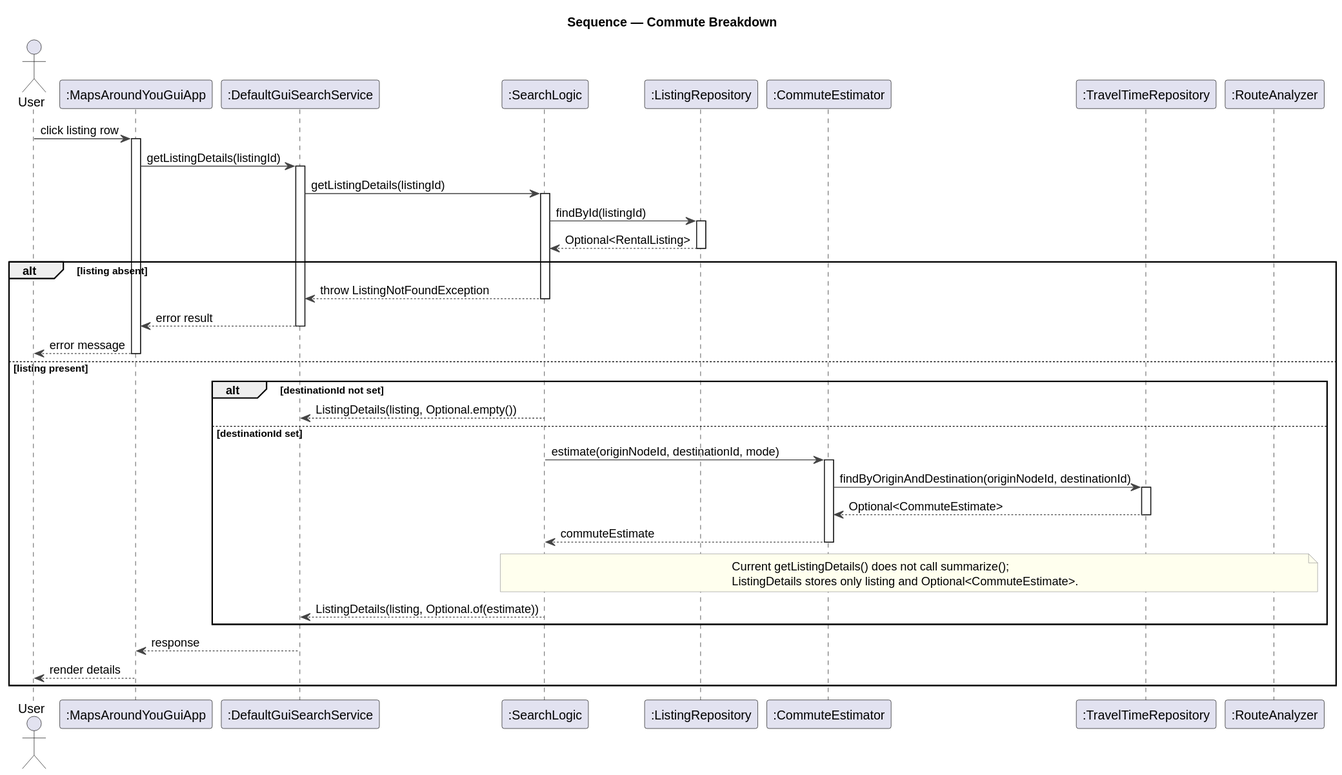
Above: docs/design/diagrams/sequence-commute-breakdown.svg in PeterShanxin/MapsAroundYou (PlantUML), before the change. Source of this version:
```plantuml
@startuml
!include _style.iuml
title Sequence — Commute Breakdown

actor User
participant ":MapsAroundYouGuiApp" as GuiApp
participant ":DefaultGuiSearchService" as GuiSvc
participant ":SearchLogic" as Logic
participant ":ListingRepository" as ListingRepo
participant ":CommuteEstimator" as Commute
participant ":TravelTimeRepository" as TravelRepo
participant ":RouteAnalyzer" as Route

User -> GuiApp : click listing row
activate GuiApp
GuiApp -> GuiSvc : getListingDetails(listingId)
activate GuiSvc
GuiSvc -> Logic : getListingDetails(listingId)
activate Logic
Logic -> ListingRepo : findById(listingId)
activate ListingRepo
ListingRepo --> Logic : Optional<RentalListing>
deactivate ListingRepo

alt listing absent
  Logic --> GuiSvc : throw ListingNotFoundException
  deactivate Logic
  GuiSvc --> GuiApp : error result
  deactivate GuiSvc
  GuiApp --> User : error message
  deactivate GuiApp
else listing present
  alt destinationId not set
    Logic --> GuiSvc : ListingDetails(listing, Optional.empty())
  else destinationId set
    Logic -> Commute : estimate(originNodeId, destinationId, mode)
    activate Commute
    Commute -> TravelRepo : findByOriginAndDestination(originNodeId, destinationId)
    activate TravelRepo
    TravelRepo --> Commute : Optional<CommuteEstimate>
    deactivate TravelRepo
    Commute --> Logic : commuteEstimate
    deactivate Commute
    note over Logic, Route
      Current getListingDetails() does not call summarize();
      ListingDetails stores only listing and Optional<CommuteEstimate>.
    end note
    Logic --> GuiSvc : ListingDetails(listing, Optional.of(estimate))
  end
  deactivate Logic
  GuiSvc --> GuiApp : response
  deactivate GuiSvc
  GuiApp --> User : render details
  deactivate GuiApp
end
@enduml
```
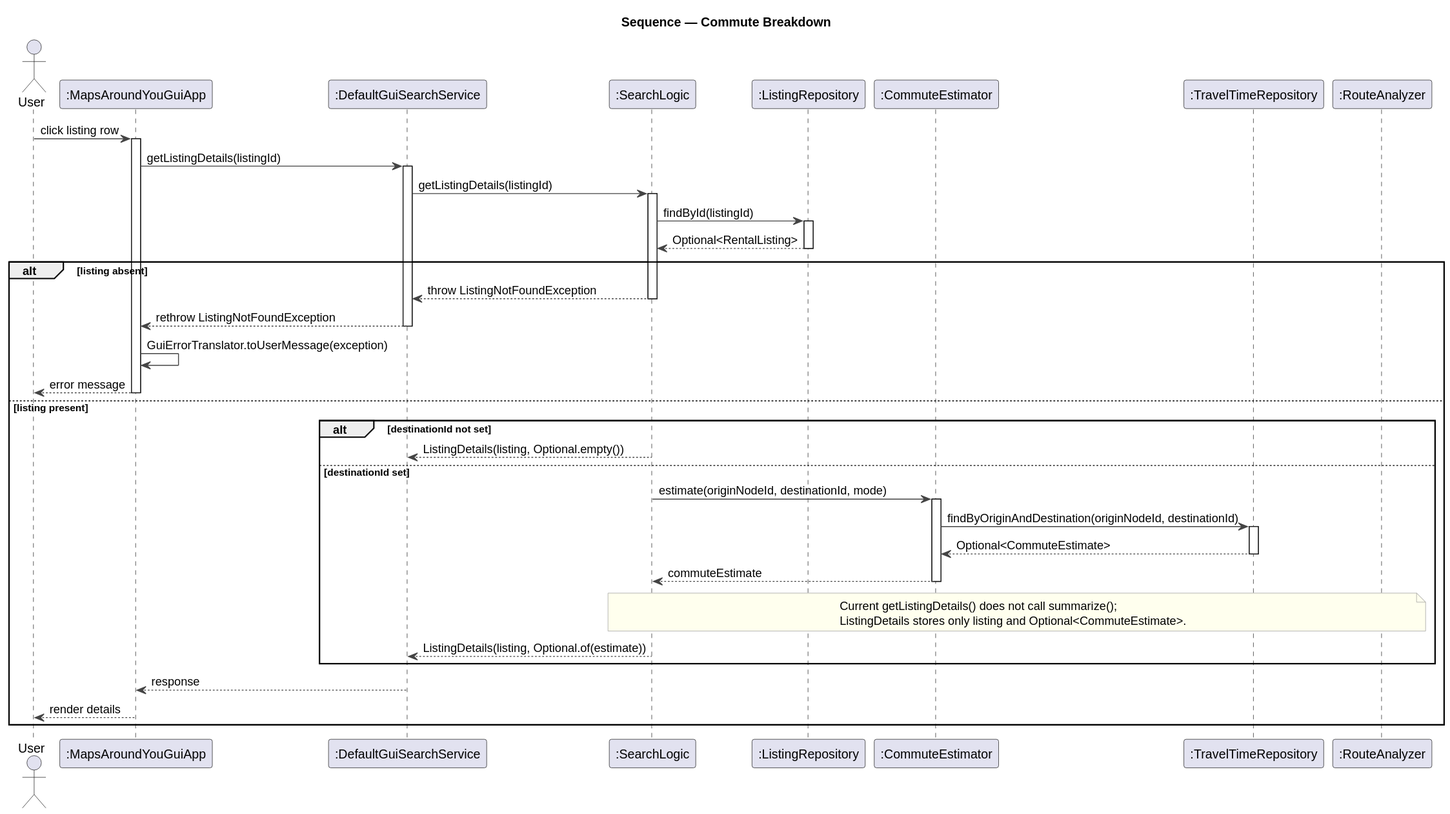
After the commit.

Change to the diagram source:
```diff
@@ -25,8 +25,9 @@
 alt listing absent
   Logic --> GuiSvc : throw ListingNotFoundException
   deactivate Logic
-  GuiSvc --> GuiApp : error result
+  GuiSvc --> GuiApp : rethrow ListingNotFoundException
   deactivate GuiSvc
+  GuiApp -> GuiApp : GuiErrorTranslator.toUserMessage(exception)
   GuiApp --> User : error message
   deactivate GuiApp
 else listing present
```
